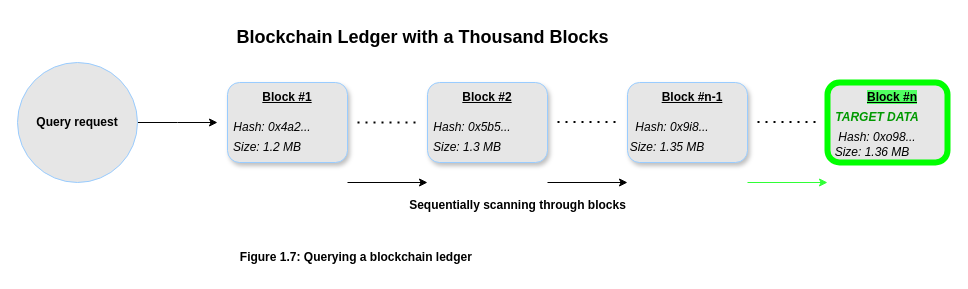
Before: BlockChainLedgerQuery.drawio in SifisoMzansi/architecture-diagrams, a draw.io diagram. Source tidied: cells renumbered, new cells numbered last; positions are measured from the earlier drawing's top-left corner, leaving out a move shared by most shapes. Both pictures are drawn from the tidied source at 100%, with x=0, y=0 at pixel (17, 17).
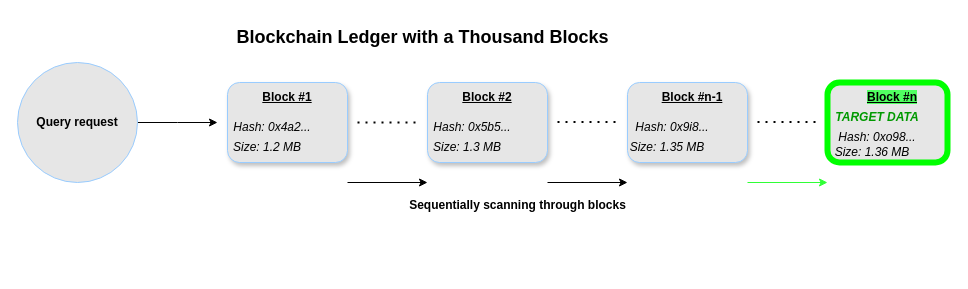
After the change.

Change to the diagram source:
```diff
@@
-    <mxCell id="29" value="&lt;b&gt;Figure 1.7: Querying a blockchain ledger&amp;nbsp;&lt;/b&gt;" style="text;html=1;align=center;verticalAlign=middle;strokeColor=none;fillColor=none;" parent="1" vertex="1">
-      <mxGeometry x="210" y="225" width="260" height="30" as="geometry" />
-    </mxCell>
```
